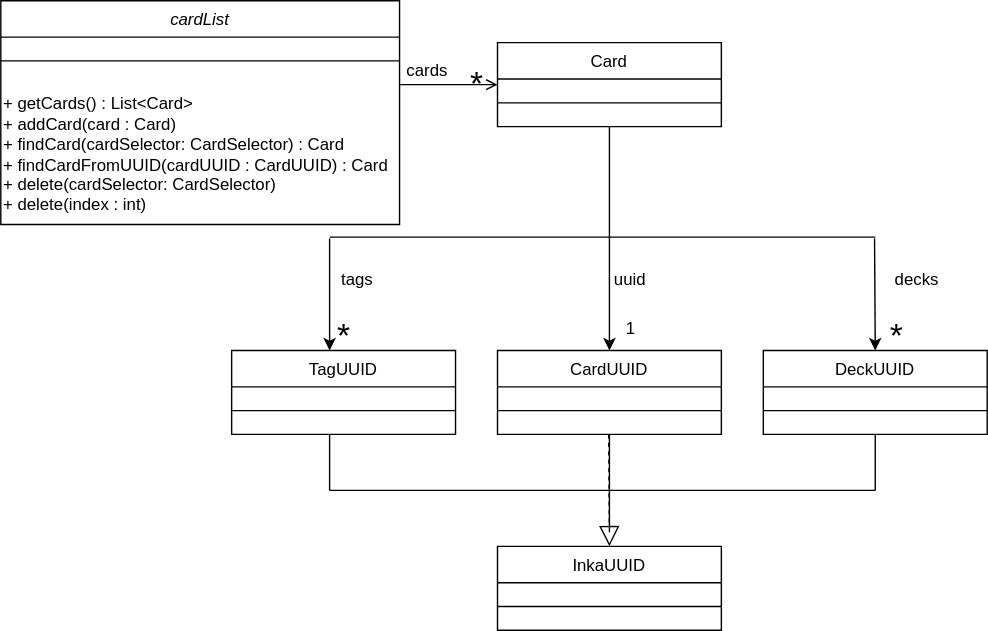
This is docs/img/CardListClass.svg from nus-cs2113-AY2223S2/tp, a draw.io export, as it was before one commit. Source tidied: cells renumbered, new cells last; positions are measured from the earlier drawing's top-left corner, leaving out a move shared by most shapes. Source of this version:
```xml
<mxGraphModel>
  <root>
    <mxCell id="0" />
    <mxCell id="1" parent="0" />
    <mxCell id="2" value="cardList" style="swimlane;fontStyle=2;align=center;verticalAlign=top;horizontal=1;startSize=26;rounded=0;shadow=0;strokeWidth=1;" parent="1" vertex="1">
      <mxGeometry width="285" height="160" as="geometry" />
    </mxCell>
    <mxCell id="3" style="line;html=1;strokeWidth=1;align=left;verticalAlign=middle;spacingTop=-1;spacingLeft=3;spacingRight=3;labelPosition=right;" parent="2" vertex="1">
      <mxGeometry y="26" width="285" height="34" as="geometry" />
    </mxCell>
    <mxCell id="4" value="+ getCards() : List&amp;lt;Card&amp;gt;&lt;br&gt;+ addCard(card : Card)&amp;nbsp;&lt;br style=&quot;border-color: var(--border-color);&quot;&gt;+ findCard(cardSelector: CardSelector) : Card&lt;br&gt;+ findCardFromUUID(cardUUID : CardUUID) : Card&lt;br&gt;+ delete(cardSelector: CardSelector)&amp;nbsp;&lt;br&gt;+ delete(index : int)" style="text;html=1;align=left;verticalAlign=middle;strokeColor=none;fillColor=none;" parent="2" vertex="1">
      <mxGeometry y="60" width="285" height="100" as="geometry" />
    </mxCell>
    <mxCell id="5" value="InkaUUID" style="swimlane;fontStyle=0;align=center;verticalAlign=top;horizontal=1;startSize=26;rounded=0;shadow=0;strokeWidth=1;" parent="1" vertex="1">
      <mxGeometry x="355" y="390" width="160" height="60" as="geometry" />
    </mxCell>
    <mxCell id="6" style="line;html=1;strokeWidth=1;align=left;verticalAlign=middle;spacingTop=-1;spacingLeft=3;spacingRight=3;labelPosition=right;" parent="5" vertex="1">
      <mxGeometry y="26" width="160" height="34" as="geometry" />
    </mxCell>
    <mxCell id="7" value="CardUUID" style="swimlane;fontStyle=0;align=center;verticalAlign=top;horizontal=1;startSize=26;rounded=0;shadow=0;strokeWidth=1;" parent="1" vertex="1">
      <mxGeometry x="355" y="250" width="160" height="60" as="geometry" />
    </mxCell>
    <mxCell id="8" style="line;html=1;strokeWidth=1;align=left;verticalAlign=middle;spacingTop=-1;spacingLeft=3;spacingRight=3;labelPosition=right;" parent="7" vertex="1">
      <mxGeometry y="26" width="160" height="34" as="geometry" />
    </mxCell>
    <mxCell id="9" style="edgeStyle=orthogonalEdgeStyle;rounded=0;jettySize=auto;html=1;entryX=0.5;entryY=0;entryDx=0;entryDy=0;" parent="1" edge="1" source="10" target="7">
      <mxGeometry relative="1" as="geometry" />
    </mxCell>
    <mxCell id="10" value="Card" style="swimlane;fontStyle=0;align=center;verticalAlign=top;horizontal=1;startSize=26;rounded=0;shadow=0;strokeWidth=1;" parent="1" vertex="1">
      <mxGeometry x="355" y="30" width="160" height="60" as="geometry" />
    </mxCell>
    <mxCell id="11" style="line;html=1;strokeWidth=1;align=left;verticalAlign=middle;spacingTop=-1;spacingLeft=3;spacingRight=3;labelPosition=right;" parent="10" vertex="1">
      <mxGeometry y="26" width="160" height="34" as="geometry" />
    </mxCell>
    <mxCell id="12" style="endArrow=open;shadow=0;strokeWidth=1;rounded=0;endFill=1;edgeStyle=elbowEdgeStyle;elbow=vertical;" parent="1" edge="1" source="2" target="10">
      <mxGeometry x="0.5" y="41" relative="1" as="geometry">
        <mxPoint x="-40" y="32" as="offset" />
      </mxGeometry>
    </mxCell>
    <mxCell id="13" value="cards" style="text;strokeColor=none;align=center;fillColor=none;html=1;verticalAlign=middle;whiteSpace=wrap;rounded=0;" parent="1" vertex="1">
      <mxGeometry x="275" y="40" width="60" height="20" as="geometry" />
    </mxCell>
    <mxCell id="14" value="&lt;font style=&quot;font-size: 24px;&quot;&gt;*&lt;/font&gt;" style="text;html=1;align=center;verticalAlign=middle;strokeColor=none;fillColor=none;" parent="1" vertex="1">
      <mxGeometry x="325" y="40" width="30" height="40" as="geometry" />
    </mxCell>
    <mxCell id="15" value="&lt;span style=&quot;font-weight: 400;&quot;&gt;TagUUID&lt;/span&gt;" style="swimlane;fontStyle=1;align=center;verticalAlign=top;horizontal=1;startSize=26;whiteSpace=wrap;html=1;" parent="1" vertex="1">
      <mxGeometry x="165" y="250" width="160" height="60" as="geometry" />
    </mxCell>
    <mxCell id="16" style="line;strokeWidth=1;fillColor=none;align=left;verticalAlign=middle;spacingTop=-1;spacingLeft=3;spacingRight=3;labelPosition=right;strokeColor=inherit;" parent="15" vertex="1">
      <mxGeometry y="26" width="160" height="34" as="geometry" />
    </mxCell>
    <mxCell id="17" value="&lt;span style=&quot;font-weight: 400;&quot;&gt;DeckUUID&lt;/span&gt;" style="swimlane;fontStyle=1;align=center;verticalAlign=top;horizontal=1;startSize=26;whiteSpace=wrap;html=1;" parent="1" vertex="1">
      <mxGeometry x="545" y="250" width="160" height="60" as="geometry" />
    </mxCell>
    <mxCell id="18" style="line;strokeWidth=1;fillColor=none;align=left;verticalAlign=middle;spacingTop=-1;spacingLeft=3;spacingRight=3;labelPosition=right;strokeColor=inherit;" parent="17" vertex="1">
      <mxGeometry y="26" width="160" height="34" as="geometry" />
    </mxCell>
    <mxCell id="19" style="endArrow=none;html=1;rounded=0;" parent="1" edge="1">
      <mxGeometry relative="1" as="geometry">
        <mxPoint x="235" y="169" as="sourcePoint" />
        <mxPoint x="435" y="169" as="targetPoint" />
      </mxGeometry>
    </mxCell>
    <mxCell id="20" style="endArrow=none;html=1;rounded=0;" parent="1" edge="1">
      <mxGeometry relative="1" as="geometry">
        <mxPoint x="435" y="169" as="sourcePoint" />
        <mxPoint x="625" y="169" as="targetPoint" />
      </mxGeometry>
    </mxCell>
    <mxCell id="21" value="uuid" style="text;strokeColor=none;align=center;fillColor=none;html=1;verticalAlign=middle;whiteSpace=wrap;rounded=0;" parent="1" vertex="1">
      <mxGeometry x="420" y="190" width="60" height="20" as="geometry" />
    </mxCell>
    <mxCell id="22" value="tags" style="text;strokeColor=none;align=center;fillColor=none;html=1;verticalAlign=middle;whiteSpace=wrap;rounded=0;" parent="1" vertex="1">
      <mxGeometry x="225" y="190" width="60" height="20" as="geometry" />
    </mxCell>
    <mxCell id="23" value="&lt;font style=&quot;font-size: 12px;&quot;&gt;1&lt;/font&gt;" style="text;html=1;align=center;verticalAlign=middle;strokeColor=none;fillColor=none;" parent="1" vertex="1">
      <mxGeometry x="435" y="220" width="30" height="30" as="geometry" />
    </mxCell>
    <mxCell id="24" value="&lt;font style=&quot;font-size: 24px;&quot;&gt;*&lt;/font&gt;" style="text;html=1;align=center;verticalAlign=middle;strokeColor=none;fillColor=none;" parent="1" vertex="1">
      <mxGeometry x="625" y="220" width="30" height="40" as="geometry" />
    </mxCell>
    <mxCell id="25" value="&lt;font style=&quot;font-size: 24px;&quot;&gt;*&lt;/font&gt;" style="text;html=1;align=center;verticalAlign=middle;strokeColor=none;fillColor=none;" parent="1" vertex="1">
      <mxGeometry x="230" y="220" width="30" height="40" as="geometry" />
    </mxCell>
    <mxCell id="26" style="endArrow=block;dashed=1;endFill=0;endSize=12;html=1;rounded=0;" parent="1" edge="1">
      <mxGeometry relative="1" as="geometry">
        <mxPoint x="434.5" y="310" as="sourcePoint" />
        <mxPoint x="435" y="390" as="targetPoint" />
      </mxGeometry>
    </mxCell>
    <mxCell id="27" style="endArrow=none;html=1;rounded=0;" parent="1" edge="1">
      <mxGeometry relative="1" as="geometry">
        <mxPoint x="435" y="310" as="sourcePoint" />
        <mxPoint x="435" y="380" as="targetPoint" />
      </mxGeometry>
    </mxCell>
    <mxCell id="28" style="endArrow=none;html=1;rounded=0;" parent="1" edge="1">
      <mxGeometry relative="1" as="geometry">
        <mxPoint x="235" y="310" as="sourcePoint" />
        <mxPoint x="235" y="350" as="targetPoint" />
      </mxGeometry>
    </mxCell>
    <mxCell id="29" style="endArrow=none;html=1;rounded=0;" parent="1" edge="1">
      <mxGeometry relative="1" as="geometry">
        <mxPoint x="625" y="310" as="sourcePoint" />
        <mxPoint x="625" y="350" as="targetPoint" />
      </mxGeometry>
    </mxCell>
    <mxCell id="30" style="endArrow=none;html=1;rounded=0;" parent="1" edge="1">
      <mxGeometry relative="1" as="geometry">
        <mxPoint x="235" y="350" as="sourcePoint" />
        <mxPoint x="435" y="350" as="targetPoint" />
      </mxGeometry>
    </mxCell>
    <mxCell id="31" style="endArrow=classic;html=1;rounded=0;" parent="1" edge="1">
      <mxGeometry relative="1" as="geometry">
        <mxPoint x="624.5" y="170" as="sourcePoint" />
        <mxPoint x="625" y="250" as="targetPoint" />
      </mxGeometry>
    </mxCell>
    <mxCell id="32" value="decks" style="text;strokeColor=none;align=center;fillColor=none;html=1;verticalAlign=middle;whiteSpace=wrap;rounded=0;" parent="1" vertex="1">
      <mxGeometry x="625" y="190" width="60" height="20" as="geometry" />
    </mxCell>
    <mxCell id="33" style="endArrow=none;html=1;rounded=0;" parent="1" edge="1">
      <mxGeometry relative="1" as="geometry">
        <mxPoint x="435" y="350" as="sourcePoint" />
        <mxPoint x="625" y="350" as="targetPoint" />
      </mxGeometry>
    </mxCell>
    <mxCell id="34" style="endArrow=classic;html=1;rounded=0;" parent="1" edge="1">
      <mxGeometry relative="1" as="geometry">
        <mxPoint x="235" y="170" as="sourcePoint" />
        <mxPoint x="235" y="250" as="targetPoint" />
      </mxGeometry>
    </mxCell>
  </root>
</mxGraphModel>
```
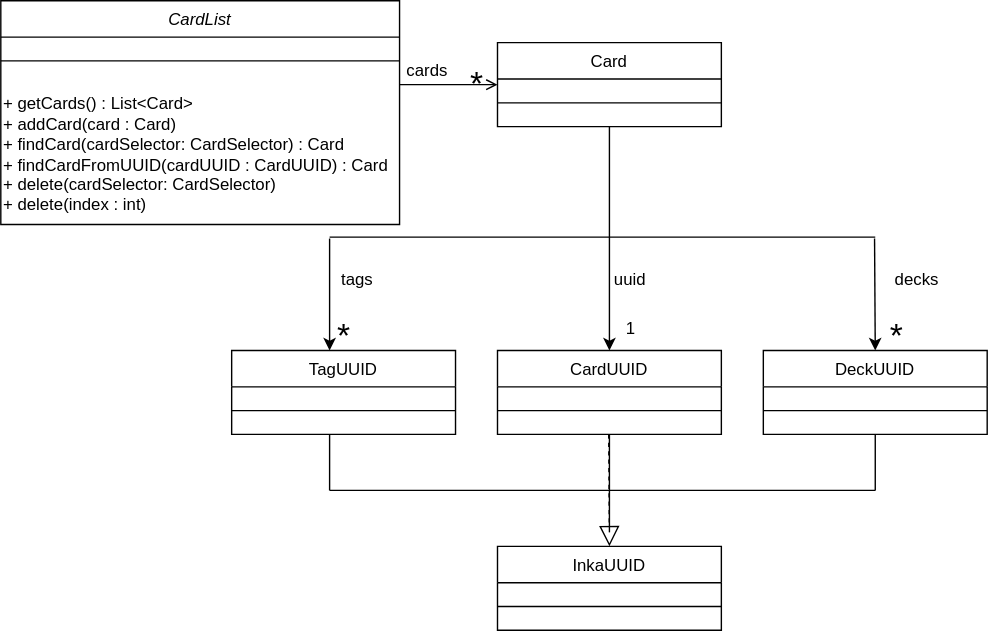
The same file after the commit.

Change to the diagram source:
```diff
@@ -2,7 +2,7 @@
   <root>
     <mxCell id="0" />
     <mxCell id="1" parent="0" />
-    <mxCell id="2" value="cardList" style="swimlane;fontStyle=2;align=center;verticalAlign=top;horizontal=1;startSize=26;rounded=0;shadow=0;strokeWidth=1;" parent="1" vertex="1">
+    <mxCell id="2" value="CardList" style="swimlane;fontStyle=2;align=center;verticalAlign=top;horizontal=1;startSize=26;rounded=0;shadow=0;strokeWidth=1;" parent="1" vertex="1">
       <mxGeometry width="285" height="160" as="geometry" />
     </mxCell>
     <mxCell id="3" style="line;html=1;strokeWidth=1;align=left;verticalAlign=middle;spacingTop=-1;spacingLeft=3;spacingRight=3;labelPosition=right;" parent="2" vertex="1">
```
